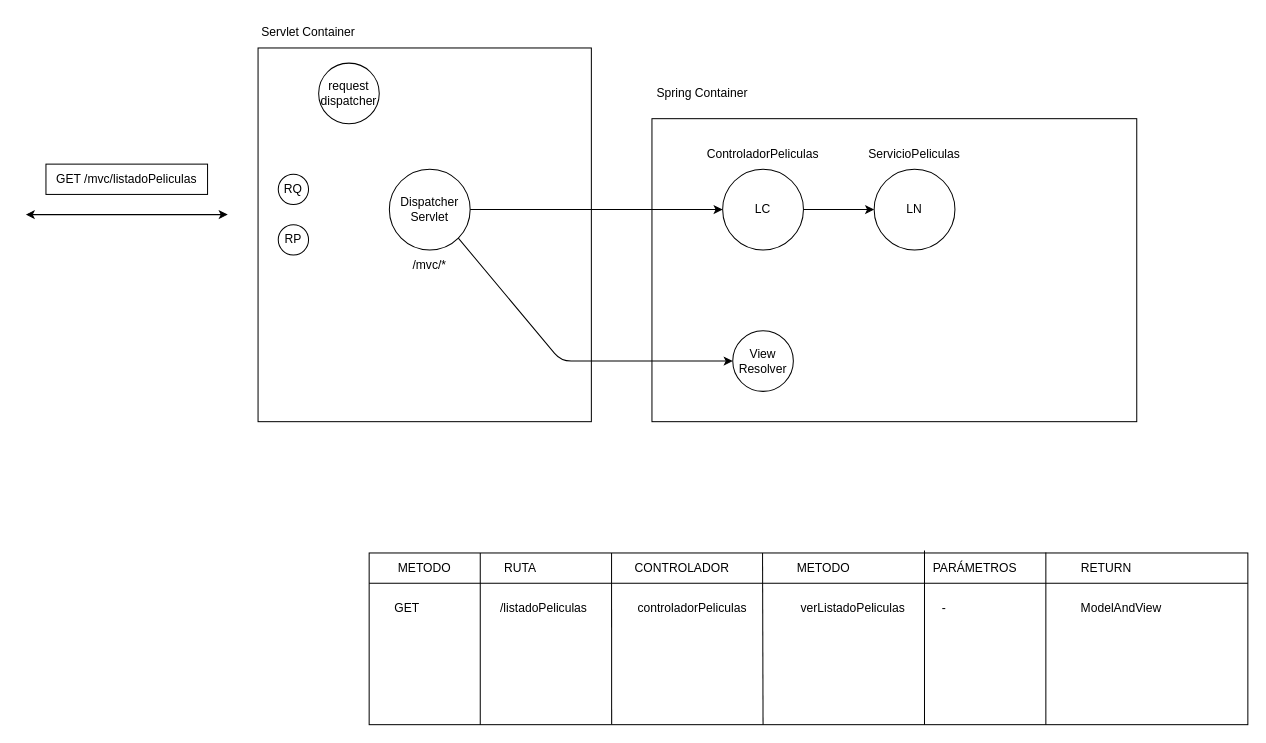
lrag/java2025 keeps this draw.io diagram as page "Página-17" (17 of 19) of diagramas.drawio. Above is the earlier version. Source tidied: cells renumbered, new cells numbered last; positions are measured from the earlier drawing's top-left corner, leaving out a move shared by most shapes. Both pictures are drawn from the tidied source at 101%, with x=0, y=0 at pixel (25, 17).
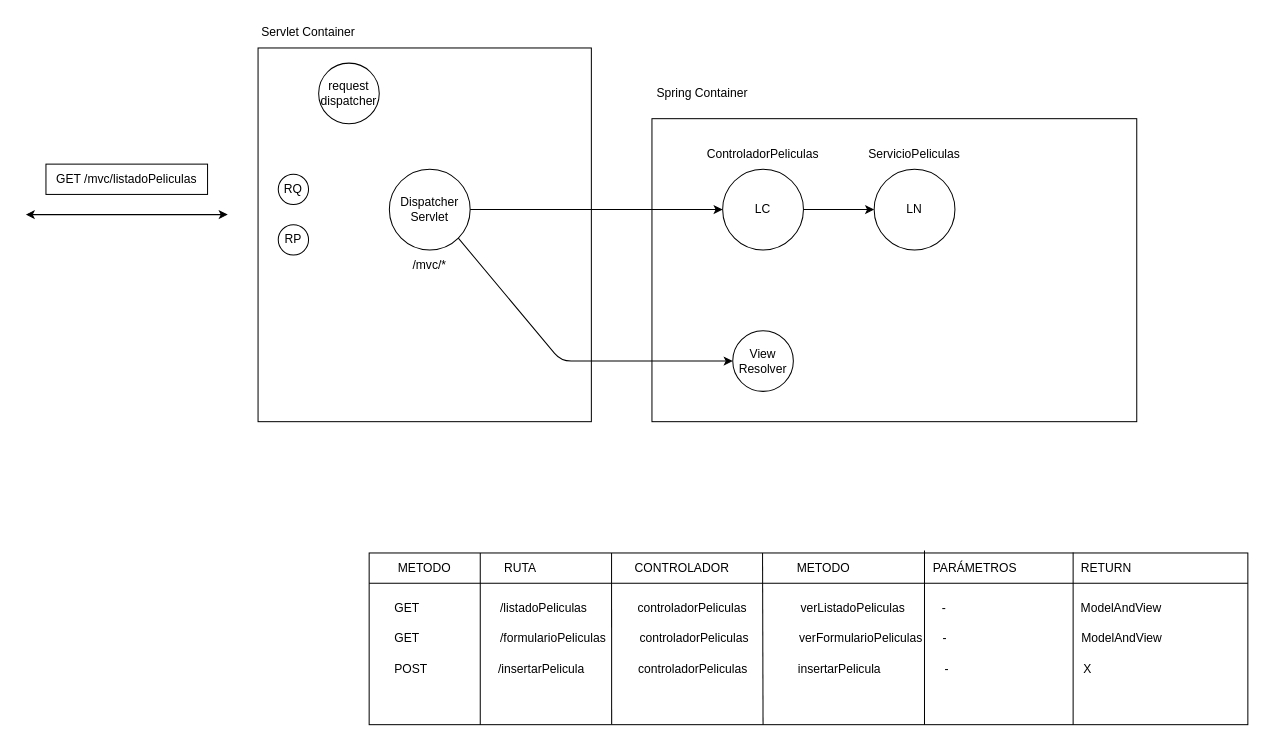
After the change.

Diff of the diagram source:
```diff
@@
     <mxCell id="27" style="endArrow=none;html=1;rounded=0;fontSize=12;entryX=0.632;entryY=-0.015;entryDx=0;entryDy=0;entryPerimeter=0;" parent="1" edge="1">
       <mxGeometry relative="1" as="geometry">
-        <mxPoint x="1010" y="700" as="sourcePoint" />
-        <mxPoint x="1010" y="529.6" as="targetPoint" />
+        <mxPoint x="1037" y="700" as="sourcePoint" />
+        <mxPoint x="1037" y="529.6" as="targetPoint" />
       </mxGeometry>
     </mxCell>
@@
+    <mxCell id="33" value="&amp;nbsp; &amp;nbsp; &amp;nbsp; &amp;nbsp;GET&amp;nbsp; &amp;nbsp; &amp;nbsp; &amp;nbsp; &amp;nbsp; &amp;nbsp; &amp;nbsp; &amp;nbsp; &amp;nbsp; &amp;nbsp; &amp;nbsp; &amp;nbsp; /formularioPeliculas&amp;nbsp; &amp;nbsp; &amp;nbsp; &amp;nbsp; &amp;nbsp; controladorPeliculas&amp;nbsp; &amp;nbsp; &amp;nbsp; &amp;nbsp; &amp;nbsp; &amp;nbsp; &amp;nbsp; &amp;nbsp;verFormularioPeliculas&amp;nbsp; &amp;nbsp; &amp;nbsp; -&amp;nbsp; &amp;nbsp; &amp;nbsp; &amp;nbsp; &amp;nbsp; &amp;nbsp; &amp;nbsp; &amp;nbsp; &amp;nbsp; &amp;nbsp; &amp;nbsp; &amp;nbsp; &amp;nbsp; &amp;nbsp; &amp;nbsp; &amp;nbsp; &amp;nbsp; &amp;nbsp; &amp;nbsp; &amp;nbsp; ModelAndView" style="text;html=1;strokeColor=none;fillColor=none;align=left;verticalAlign=middle;whiteSpace=wrap;rounded=0;fontSize=12;" parent="1" vertex="1">
+      <mxGeometry x="340" y="600" width="840" height="30" as="geometry" />
+    </mxCell>
+    <mxCell id="34" value="&amp;nbsp; &amp;nbsp; &amp;nbsp; &amp;nbsp;POST&amp;nbsp; &amp;nbsp; &amp;nbsp; &amp;nbsp; &amp;nbsp; &amp;nbsp; &amp;nbsp; &amp;nbsp; &amp;nbsp; &amp;nbsp; &amp;nbsp;/insertarPelicula&amp;nbsp; &amp;nbsp; &amp;nbsp; &amp;nbsp; &amp;nbsp; &amp;nbsp; &amp;nbsp; &amp;nbsp; controladorPeliculas&amp;nbsp; &amp;nbsp; &amp;nbsp; &amp;nbsp; &amp;nbsp; &amp;nbsp; &amp;nbsp; &amp;nbsp;insertarPelicula&amp;nbsp; &amp;nbsp; &amp;nbsp; &amp;nbsp; &amp;nbsp; &amp;nbsp; &amp;nbsp; &amp;nbsp; &amp;nbsp; &amp;nbsp;-&amp;nbsp; &amp;nbsp; &amp;nbsp; &amp;nbsp; &amp;nbsp; &amp;nbsp; &amp;nbsp; &amp;nbsp; &amp;nbsp; &amp;nbsp; &amp;nbsp; &amp;nbsp; &amp;nbsp; &amp;nbsp; &amp;nbsp; &amp;nbsp; &amp;nbsp; &amp;nbsp; &amp;nbsp; &amp;nbsp; X" style="text;html=1;strokeColor=none;fillColor=none;align=left;verticalAlign=middle;whiteSpace=wrap;rounded=0;fontSize=12;" parent="1" vertex="1">
+      <mxGeometry x="340" y="630" width="840" height="30" as="geometry" />
+    </mxCell>
```
